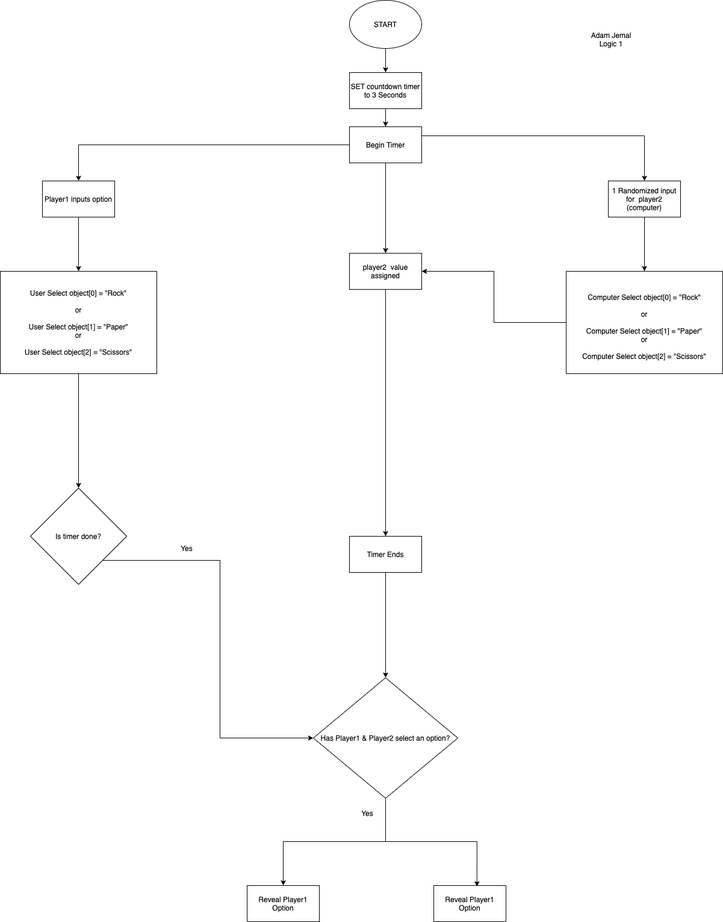
The draw.io diagram rockPaperScissors.png in Adam20058/Rock-Paper-Scissors, before a commit. Source tidied: cells renumbered, new cells last; positions are measured from the earlier drawing's top-left corner, leaving out a move shared by most shapes.
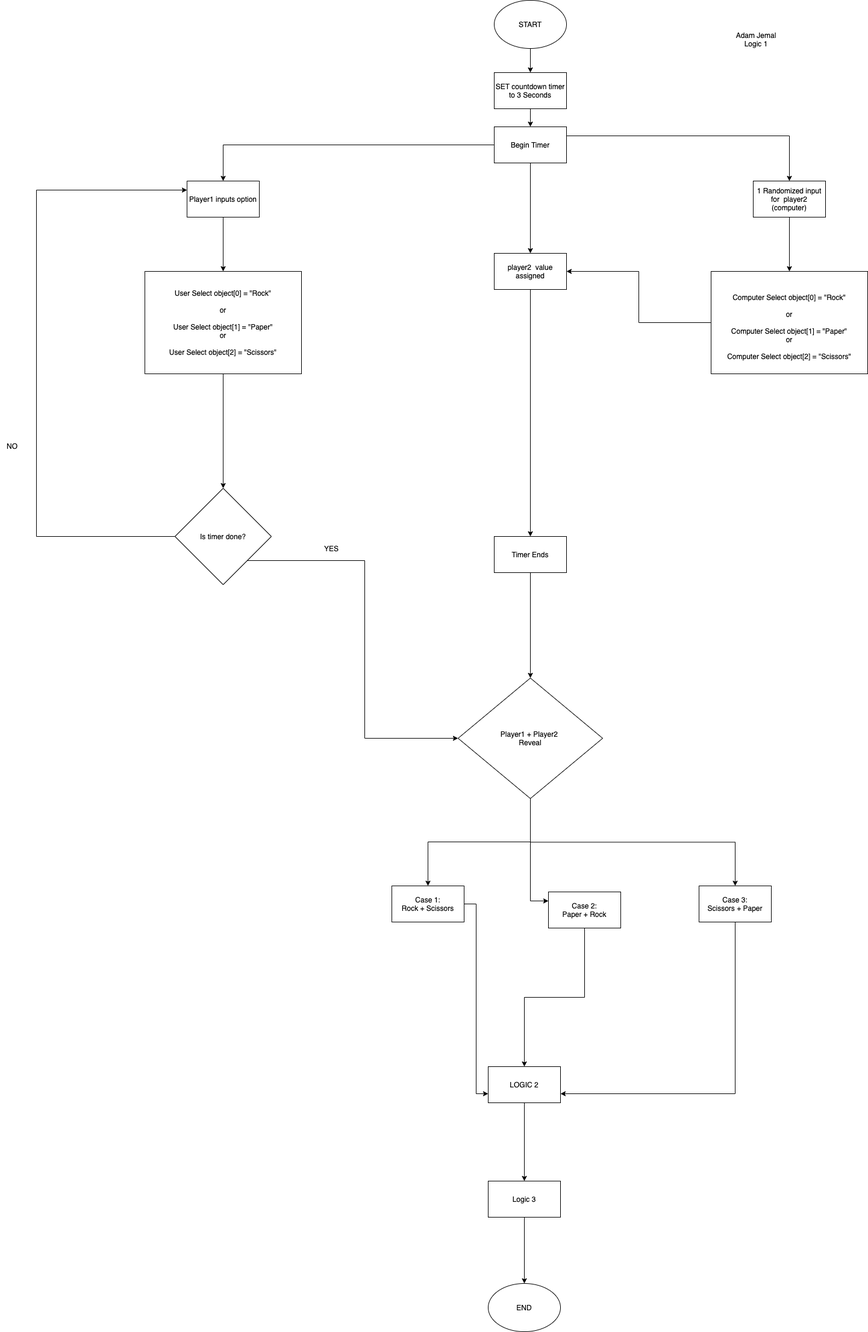
After the change.

Diff of the diagram source:
```diff
@@ -67,31 +67,43 @@
         </Array>
       </mxGeometry>
     </mxCell>
-    <mxCell id="22" style="edgeStyle=orthogonalEdgeStyle;rounded=0;jettySize=auto;html=1;exitX=0.5;exitY=1;exitDx=0;exitDy=0;entryX=0.598;entryY=0.026;entryDx=0;entryDy=0;entryPerimeter=0;" parent="1" edge="1" source="23" target="28">
-      <mxGeometry relative="1" as="geometry">
-        <Array as="points">
-          <mxPoint x="640" y="1397" />
-          <mxPoint x="792" y="1397" />
-        </Array>
-      </mxGeometry>
+    <mxCell id="22" style="edgeStyle=orthogonalEdgeStyle;rounded=0;jettySize=auto;html=1;exitX=0.5;exitY=1;exitDx=0;exitDy=0;" parent="1" edge="1" source="23" target="28">
+      <mxGeometry relative="1" as="geometry" />
     </mxCell>
+    <mxCell id="32" style="edgeStyle=orthogonalEdgeStyle;rounded=0;jettySize=auto;html=1;exitX=0.5;exitY=1;exitDx=0;exitDy=0;entryX=0;entryY=0.25;entryDx=0;entryDy=0;" parent="1" edge="1" source="23" target="37">
+      <mxGeometry relative="1" as="geometry" />
+    </mxCell>
-    <mxCell id="23" value="Has Player1 &amp;amp; Player2 select an option?" style="rhombus;whiteSpace=wrap;html=1;" parent="1" vertex="1">
+    <mxCell id="23" value="Player1 + Player2&amp;nbsp;&lt;br&gt;Reveal" style="rhombus;whiteSpace=wrap;html=1;" parent="1" vertex="1">
       <mxGeometry x="520" y="1125" width="240" height="200" as="geometry" />
     </mxCell>
+    <mxCell id="33" style="edgeStyle=orthogonalEdgeStyle;rounded=0;jettySize=auto;html=1;entryX=0;entryY=0.75;entryDx=0;entryDy=0;" parent="1" edge="1" source="24" target="40">
+      <mxGeometry relative="1" as="geometry" />
+    </mxCell>
-    <mxCell id="24" value="Reveal Player1 Option" style="rounded=0;whiteSpace=wrap;html=1;" parent="1" vertex="1">
+    <mxCell id="24" value="Case 1:&lt;br&gt;Rock + Scissors" style="rounded=0;whiteSpace=wrap;html=1;" parent="1" vertex="1">
       <mxGeometry x="410" y="1470" width="120" height="60" as="geometry" />
     </mxCell>
     <mxCell id="25" style="edgeStyle=orthogonalEdgeStyle;rounded=0;jettySize=auto;html=1;exitX=1;exitY=1;exitDx=0;exitDy=0;entryX=0;entryY=0.5;entryDx=0;entryDy=0;" parent="1" edge="1" source="26" target="23">
       <mxGeometry relative="1" as="geometry" />
     </mxCell>
+    <mxCell id="34" style="edgeStyle=orthogonalEdgeStyle;rounded=0;jettySize=auto;html=1;exitX=0;exitY=0.5;exitDx=0;exitDy=0;entryX=0;entryY=0.25;entryDx=0;entryDy=0;" parent="1" edge="1" source="26" target="17">
+      <mxGeometry relative="1" as="geometry">
+        <Array as="points">
+          <mxPoint x="-180" y="890" />
+          <mxPoint x="-180" y="315" />
+        </Array>
+      </mxGeometry>
+    </mxCell>
     <mxCell id="26" value="Is timer done?" style="rhombus;whiteSpace=wrap;html=1;" parent="1" vertex="1">
       <mxGeometry x="50" y="810" width="160" height="160" as="geometry" />
     </mxCell>
-    <mxCell id="27" value="Yes" style="text;html=1;strokeColor=none;fillColor=none;align=center;verticalAlign=middle;whiteSpace=wrap;rounded=0;" parent="1" vertex="1">
+    <mxCell id="27" value="YES" style="text;html=1;strokeColor=none;fillColor=none;align=center;verticalAlign=middle;whiteSpace=wrap;rounded=0;" parent="1" vertex="1">
       <mxGeometry x="290" y="900" width="40" height="20" as="geometry" />
     </mxCell>
+    <mxCell id="35" style="edgeStyle=orthogonalEdgeStyle;rounded=0;jettySize=auto;html=1;exitX=0.5;exitY=1;exitDx=0;exitDy=0;entryX=1;entryY=0.75;entryDx=0;entryDy=0;" parent="1" edge="1" source="28" target="40">
+      <mxGeometry relative="1" as="geometry" />
+    </mxCell>
-    <mxCell id="28" value="Reveal Player1 Option" style="rounded=0;whiteSpace=wrap;html=1;" parent="1" vertex="1">
-      <mxGeometry x="720" y="1470" width="120" height="60" as="geometry" />
+    <mxCell id="28" value="Case 3:&lt;br&gt;Scissors + Paper" style="rounded=0;whiteSpace=wrap;html=1;" parent="1" vertex="1">
+      <mxGeometry x="920" y="1470" width="120" height="60" as="geometry" />
     </mxCell>
     <mxCell id="29" style="edgeStyle=orthogonalEdgeStyle;rounded=0;jettySize=auto;html=1;exitX=0;exitY=0.5;exitDx=0;exitDy=0;entryX=1;entryY=0.5;entryDx=0;entryDy=0;" parent="1" edge="1" source="30" target="15">
       <mxGeometry relative="1" as="geometry" />
@@ -99,8 +111,29 @@
     <mxCell id="30" value="&lt;span&gt;&lt;br&gt;Computer Select object[0] = &quot;Rock&quot;&lt;/span&gt;&lt;br&gt;&lt;br&gt;&lt;span&gt;or&lt;/span&gt;&lt;br&gt;&lt;br&gt;&lt;span&gt;Computer Select object[1] = &quot;Paper&quot;&lt;/span&gt;&lt;br&gt;&lt;span&gt;or&lt;/span&gt;&lt;br&gt;&lt;br&gt;&lt;span&gt;Computer Select object[2] = &quot;Scissors&quot;&lt;/span&gt;" style="rounded=0;whiteSpace=wrap;html=1;" parent="1" vertex="1">
       <mxGeometry x="940" y="450" width="260" height="170" as="geometry" />
     </mxCell>
-    <mxCell id="31" value="Yes" style="text;html=1;strokeColor=none;fillColor=none;align=center;verticalAlign=middle;whiteSpace=wrap;rounded=0;" parent="1" vertex="1">
-      <mxGeometry x="590" y="1340" width="40" height="20" as="geometry" />
-    </mxCell>
+    <mxCell id="36" style="edgeStyle=orthogonalEdgeStyle;rounded=0;jettySize=auto;html=1;exitX=0.5;exitY=1;exitDx=0;exitDy=0;" parent="1" edge="1" source="37" target="40">
+      <mxGeometry relative="1" as="geometry" />
+    </mxCell>
+    <mxCell id="37" value="Case 2:&lt;br&gt;Paper + Rock" style="rounded=0;whiteSpace=wrap;html=1;" parent="1" vertex="1">
+      <mxGeometry x="670" y="1480" width="120" height="60" as="geometry" />
+    </mxCell>
+    <mxCell id="38" value="NO" style="text;html=1;strokeColor=none;fillColor=none;align=center;verticalAlign=middle;whiteSpace=wrap;rounded=0;" parent="1" vertex="1">
+      <mxGeometry x="-240" y="730" width="40" height="20" as="geometry" />
+    </mxCell>
+    <mxCell id="39" style="edgeStyle=orthogonalEdgeStyle;rounded=0;jettySize=auto;html=1;entryX=0.5;entryY=0;entryDx=0;entryDy=0;" parent="1" edge="1" source="40" target="42">
+      <mxGeometry relative="1" as="geometry" />
+    </mxCell>
+    <mxCell id="40" value="LOGIC 2" style="rounded=0;whiteSpace=wrap;html=1;" parent="1" vertex="1">
+      <mxGeometry x="570" y="1770" width="120" height="60" as="geometry" />
+    </mxCell>
+    <mxCell id="41" style="edgeStyle=orthogonalEdgeStyle;rounded=0;jettySize=auto;html=1;entryX=0.5;entryY=0;entryDx=0;entryDy=0;" parent="1" edge="1" source="42" target="43">
+      <mxGeometry relative="1" as="geometry" />
+    </mxCell>
+    <mxCell id="42" value="Logic 3" style="rounded=0;whiteSpace=wrap;html=1;" parent="1" vertex="1">
+      <mxGeometry x="570" y="1960" width="120" height="60" as="geometry" />
+    </mxCell>
+    <mxCell id="43" value="END" style="ellipse;whiteSpace=wrap;html=1;" parent="1" vertex="1">
+      <mxGeometry x="570" y="2130" width="120" height="80" as="geometry" />
+    </mxCell>
   </root>
 </mxGraphModel>
```
